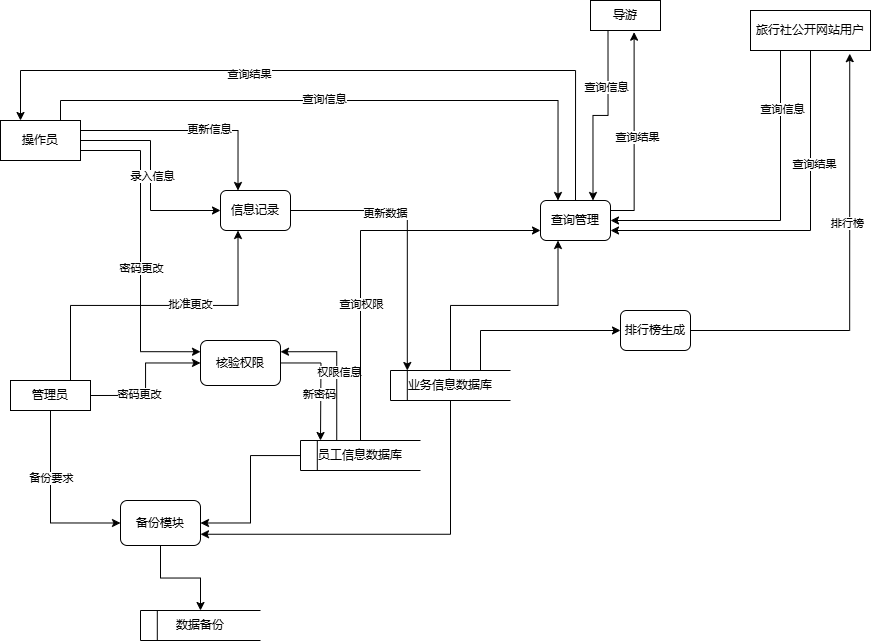
Before: 可行性-数据流图.drawio.png, a diagram exported from draw.io (wefcdse/softeng). Source tidied: cells renumbered, new cells last; positions are measured from the earlier drawing's top-left corner, leaving out a move shared by most shapes. The source it was exported from:
```xml
<mxGraphModel>
  <root>
    <mxCell id="0" />
    <mxCell id="1" parent="0" />
    <mxCell id="2" style="group;" parent="1" vertex="1">
      <mxGeometry x="300" y="440" width="120" height="30" as="geometry" />
    </mxCell>
    <mxCell id="3" style="endArrow=none;html=1;rounded=0;entryX=0;entryY=0;entryDx=0;entryDy=0;exitX=0;exitY=1;exitDx=0;exitDy=0;" parent="2" edge="1" source="4" target="4">
      <mxGeometry relative="1" as="geometry" />
    </mxCell>
    <mxCell id="4" value="员工信息数据库" style="shape=partialRectangle;whiteSpace=wrap;html=1;left=0;right=0;fillColor=none;points=[[0,0,0,0,0],[0,0.25,0,0,0],[0,0.5,0,0,0],[0,0.75,0,0,0],[0,1,0,0,0],[0.14,0,0,0,0],[0.14,1,0,0,0],[0.5,0,0,0,0],[0.5,1,0,0,0],[0.75,0,0,0,0],[0.75,1,0,0,0],[1,0,0,0,0],[1,0.25,0,0,0],[1,0.5,0,0,0],[1,0.75,0,0,0],[1,1,0,0,0]];" parent="2" vertex="1">
      <mxGeometry width="120" height="30" as="geometry" />
    </mxCell>
    <mxCell id="5" style="endArrow=none;html=1;rounded=0;entryX=0.14;entryY=0;entryDx=0;entryDy=0;entryPerimeter=0;exitX=0.14;exitY=1;exitDx=0;exitDy=0;exitPerimeter=0;" parent="2" edge="1" source="4" target="4">
      <mxGeometry relative="1" as="geometry" />
    </mxCell>
    <mxCell id="6" style="edgeStyle=orthogonalEdgeStyle;rounded=0;jettySize=auto;html=1;" parent="1" edge="1" source="8">
      <mxGeometry relative="1" as="geometry">
        <mxPoint x="320" y="440" as="targetPoint" />
      </mxGeometry>
    </mxCell>
    <mxCell id="7" value="新密码" style="edgeLabel;html=1;align=center;verticalAlign=middle;" parent="6" vertex="1">
      <mxGeometry x="0.21" y="-2" relative="1" as="geometry">
        <mxPoint y="1" as="offset" />
      </mxGeometry>
    </mxCell>
    <mxCell id="8" value="核验权限" style="rounded=1;whiteSpace=wrap;html=1;" parent="1" vertex="1">
      <mxGeometry x="200" y="340" width="80" height="45" as="geometry" />
    </mxCell>
    <mxCell id="9" style="edgeStyle=orthogonalEdgeStyle;rounded=0;jettySize=auto;html=1;entryX=0;entryY=0.25;entryDx=0;entryDy=0;exitX=1;exitY=0.75;exitDx=0;exitDy=0;" parent="1" edge="1" source="17" target="8">
      <mxGeometry relative="1" as="geometry" />
    </mxCell>
    <mxCell id="10" value="密码更改" style="edgeLabel;html=1;align=center;verticalAlign=middle;" parent="9" vertex="1">
      <mxGeometry x="-0.04" relative="1" as="geometry">
        <mxPoint y="23" as="offset" />
      </mxGeometry>
    </mxCell>
    <mxCell id="11" style="edgeStyle=orthogonalEdgeStyle;rounded=0;jettySize=auto;html=1;entryX=0;entryY=0.5;entryDx=0;entryDy=0;" parent="1" edge="1" source="17" target="25">
      <mxGeometry relative="1" as="geometry" />
    </mxCell>
    <mxCell id="12" value="录入信息" style="edgeLabel;html=1;align=center;verticalAlign=middle;" parent="11" vertex="1">
      <mxGeometry x="0.01" y="1" relative="1" as="geometry" />
    </mxCell>
    <mxCell id="13" style="edgeStyle=orthogonalEdgeStyle;rounded=0;jettySize=auto;html=1;exitX=1;exitY=0.25;exitDx=0;exitDy=0;entryX=0.25;entryY=0;entryDx=0;entryDy=0;" parent="1" edge="1" source="17" target="25">
      <mxGeometry relative="1" as="geometry" />
    </mxCell>
    <mxCell id="14" value="更新信息" style="edgeLabel;html=1;align=center;verticalAlign=middle;" parent="13" vertex="1">
      <mxGeometry x="0.18" y="2" relative="1" as="geometry" />
    </mxCell>
    <mxCell id="15" style="edgeStyle=orthogonalEdgeStyle;rounded=0;jettySize=auto;html=1;exitX=0.75;exitY=0;exitDx=0;exitDy=0;entryX=0.25;entryY=0;entryDx=0;entryDy=0;" parent="1" edge="1" source="17" target="44">
      <mxGeometry relative="1" as="geometry" />
    </mxCell>
    <mxCell id="16" value="查询信息" style="edgeLabel;html=1;align=center;verticalAlign=middle;" parent="15" vertex="1">
      <mxGeometry x="-0.08" y="2" relative="1" as="geometry" />
    </mxCell>
    <mxCell id="17" value="操作员" style="rounded=0;whiteSpace=wrap;html=1;" parent="1" vertex="1">
      <mxGeometry y="120" width="80" height="40" as="geometry" />
    </mxCell>
    <mxCell id="18" style="edgeStyle=orthogonalEdgeStyle;rounded=0;jettySize=auto;html=1;exitX=1;exitY=0.5;exitDx=0;exitDy=0;" parent="1" edge="1" source="22" target="8">
      <mxGeometry relative="1" as="geometry" />
    </mxCell>
    <mxCell id="19" value="密码更改" style="edgeLabel;html=1;align=center;verticalAlign=middle;" parent="18" vertex="1">
      <mxGeometry x="-0.33" y="2" relative="1" as="geometry" />
    </mxCell>
    <mxCell id="20" style="edgeStyle=orthogonalEdgeStyle;rounded=0;jettySize=auto;html=1;entryX=0;entryY=0.5;entryDx=0;entryDy=0;exitX=0.5;exitY=1;exitDx=0;exitDy=0;" parent="1" edge="1" source="22" target="47">
      <mxGeometry relative="1" as="geometry" />
    </mxCell>
    <mxCell id="21" value="备份要求" style="edgeLabel;html=1;align=center;verticalAlign=middle;" parent="20" vertex="1">
      <mxGeometry x="-0.26" relative="1" as="geometry" />
    </mxCell>
    <mxCell id="22" value="管理员" style="rounded=0;whiteSpace=wrap;html=1;" parent="1" vertex="1">
      <mxGeometry x="10" y="380" width="80" height="30" as="geometry" />
    </mxCell>
    <mxCell id="23" style="edgeStyle=orthogonalEdgeStyle;rounded=0;jettySize=auto;html=1;exitX=0.302;exitY=-0.004;exitDx=0;exitDy=0;exitPerimeter=0;entryX=1;entryY=0.25;entryDx=0;entryDy=0;" parent="1" edge="1" source="4" target="8">
      <mxGeometry relative="1" as="geometry" />
    </mxCell>
    <mxCell id="24" value="权限信息" style="edgeLabel;html=1;align=center;verticalAlign=middle;" parent="23" vertex="1">
      <mxGeometry x="-0.06" y="-2" relative="1" as="geometry" />
    </mxCell>
    <mxCell id="25" value="信息记录" style="rounded=1;whiteSpace=wrap;html=1;" parent="1" vertex="1">
      <mxGeometry x="220" y="190" width="70" height="40" as="geometry" />
    </mxCell>
    <mxCell id="26" style="edgeStyle=orthogonalEdgeStyle;rounded=0;jettySize=auto;html=1;exitX=0.75;exitY=0;exitDx=0;exitDy=0;entryX=0.25;entryY=1;entryDx=0;entryDy=0;" parent="1" edge="1" source="22" target="25">
      <mxGeometry relative="1" as="geometry" />
    </mxCell>
    <mxCell id="27" value="批准更改" style="edgeLabel;html=1;align=center;verticalAlign=middle;" parent="26" vertex="1">
      <mxGeometry x="0.18" y="-3" relative="1" as="geometry">
        <mxPoint x="7" y="-5" as="offset" />
      </mxGeometry>
    </mxCell>
    <mxCell id="28" style="group;" parent="1" vertex="1">
      <mxGeometry x="390" y="370" width="120" height="30" as="geometry" />
    </mxCell>
    <mxCell id="29" style="endArrow=none;html=1;rounded=0;entryX=0;entryY=0;entryDx=0;entryDy=0;exitX=0;exitY=1;exitDx=0;exitDy=0;" parent="28" edge="1" source="30" target="30">
      <mxGeometry relative="1" as="geometry" />
    </mxCell>
    <mxCell id="30" value="业务信息数据库" style="shape=partialRectangle;whiteSpace=wrap;html=1;left=0;right=0;fillColor=none;points=[[0,0,0,0,0],[0,0.25,0,0,0],[0,0.5,0,0,0],[0,0.75,0,0,0],[0,1,0,0,0],[0.14,0,0,0,0],[0.14,1,0,0,0],[0.5,0,0,0,0],[0.5,1,0,0,0],[0.75,0,0,0,0],[0.75,1,0,0,0],[1,0,0,0,0],[1,0.25,0,0,0],[1,0.5,0,0,0],[1,0.75,0,0,0],[1,1,0,0,0]];" parent="28" vertex="1">
      <mxGeometry width="120" height="30" as="geometry" />
    </mxCell>
    <mxCell id="31" style="endArrow=none;html=1;rounded=0;entryX=0.14;entryY=0;entryDx=0;entryDy=0;entryPerimeter=0;exitX=0.14;exitY=1;exitDx=0;exitDy=0;exitPerimeter=0;" parent="28" edge="1" source="30" target="30">
      <mxGeometry relative="1" as="geometry" />
    </mxCell>
    <mxCell id="32" style="edgeStyle=orthogonalEdgeStyle;rounded=0;jettySize=auto;html=1;entryX=0.14;entryY=0;entryDx=0;entryDy=0;entryPerimeter=0;" parent="1" edge="1" source="25" target="30">
      <mxGeometry relative="1" as="geometry" />
    </mxCell>
    <mxCell id="33" value="更新数据" style="edgeLabel;html=1;align=center;verticalAlign=middle;" parent="32" vertex="1">
      <mxGeometry x="-0.32" y="-2" relative="1" as="geometry" />
    </mxCell>
    <mxCell id="34" style="edgeStyle=orthogonalEdgeStyle;rounded=0;jettySize=auto;html=1;exitX=0.25;exitY=1;exitDx=0;exitDy=0;entryX=0.75;entryY=0;entryDx=0;entryDy=0;" parent="1" edge="1" source="36" target="44">
      <mxGeometry relative="1" as="geometry" />
    </mxCell>
    <mxCell id="35" value="查询信息" style="edgeLabel;html=1;align=center;verticalAlign=middle;" parent="34" vertex="1">
      <mxGeometry x="-0.39" y="-2" relative="1" as="geometry" />
    </mxCell>
    <mxCell id="36" value="导游" style="rounded=0;whiteSpace=wrap;html=1;" parent="1" vertex="1">
      <mxGeometry x="590" width="70" height="30" as="geometry" />
    </mxCell>
    <mxCell id="37" style="edgeStyle=orthogonalEdgeStyle;rounded=0;jettySize=auto;html=1;exitX=0.25;exitY=1;exitDx=0;exitDy=0;entryX=1;entryY=0.5;entryDx=0;entryDy=0;" parent="1" edge="1" source="41" target="44">
      <mxGeometry relative="1" as="geometry" />
    </mxCell>
    <mxCell id="38" value="查询信息" style="edgeLabel;html=1;align=center;verticalAlign=middle;" parent="37" vertex="1">
      <mxGeometry x="-0.65" y="1" relative="1" as="geometry" />
    </mxCell>
    <mxCell id="39" style="edgeStyle=orthogonalEdgeStyle;rounded=0;jettySize=auto;html=1;exitX=0.5;exitY=1;exitDx=0;exitDy=0;entryX=1;entryY=0.75;entryDx=0;entryDy=0;" parent="1" edge="1" source="41" target="44">
      <mxGeometry relative="1" as="geometry" />
    </mxCell>
    <mxCell id="40" value="查询结果" style="edgeLabel;html=1;align=center;verticalAlign=middle;" parent="39" vertex="1">
      <mxGeometry x="-0.4" y="3" relative="1" as="geometry" />
    </mxCell>
    <mxCell id="41" value="旅行社公开网站用户" style="rounded=0;whiteSpace=wrap;html=1;" parent="1" vertex="1">
      <mxGeometry x="750" y="10" width="120" height="40" as="geometry" />
    </mxCell>
    <mxCell id="42" style="edgeStyle=orthogonalEdgeStyle;rounded=0;jettySize=auto;html=1;exitX=0.5;exitY=0;exitDx=0;exitDy=0;entryX=0.25;entryY=0;entryDx=0;entryDy=0;" parent="1" edge="1" source="44" target="17">
      <mxGeometry relative="1" as="geometry">
        <Array as="points">
          <mxPoint x="575" y="70" />
          <mxPoint x="20" y="70" />
        </Array>
      </mxGeometry>
    </mxCell>
    <mxCell id="43" value="查询结果" style="edgeLabel;html=1;align=center;verticalAlign=middle;" parent="42" vertex="1">
      <mxGeometry x="0.24" y="3" relative="1" as="geometry">
        <mxPoint x="1" as="offset" />
      </mxGeometry>
    </mxCell>
    <mxCell id="44" value="查询管理" style="rounded=1;whiteSpace=wrap;html=1;" parent="1" vertex="1">
      <mxGeometry x="540" y="200" width="70" height="40" as="geometry" />
    </mxCell>
    <mxCell id="45" style="edgeStyle=orthogonalEdgeStyle;rounded=0;jettySize=auto;html=1;exitX=0.5;exitY=0;exitDx=0;exitDy=0;exitPerimeter=0;entryX=0;entryY=0.75;entryDx=0;entryDy=0;" parent="1" edge="1" source="4" target="44">
      <mxGeometry relative="1" as="geometry" />
    </mxCell>
    <mxCell id="46" value="查询权限" style="edgeLabel;html=1;align=center;verticalAlign=middle;" parent="45" vertex="1">
      <mxGeometry x="-0.3" relative="1" as="geometry" />
    </mxCell>
    <mxCell id="47" value="备份模块" style="rounded=1;whiteSpace=wrap;html=1;" parent="1" vertex="1">
      <mxGeometry x="120" y="500" width="80" height="45" as="geometry" />
    </mxCell>
    <mxCell id="48" style="edgeStyle=orthogonalEdgeStyle;rounded=0;jettySize=auto;html=1;entryX=1;entryY=0.5;entryDx=0;entryDy=0;" parent="1" edge="1" source="4" target="47">
      <mxGeometry relative="1" as="geometry" />
    </mxCell>
    <mxCell id="49" style="edgeStyle=orthogonalEdgeStyle;rounded=0;jettySize=auto;html=1;entryX=1;entryY=0.75;entryDx=0;entryDy=0;exitX=0.5;exitY=1;exitDx=0;exitDy=0;exitPerimeter=0;" parent="1" edge="1" source="30" target="47">
      <mxGeometry relative="1" as="geometry" />
    </mxCell>
    <mxCell id="50" style="group;" parent="1" vertex="1">
      <mxGeometry x="140" y="610" width="120" height="30" as="geometry" />
    </mxCell>
    <mxCell id="51" style="endArrow=none;html=1;rounded=0;entryX=0;entryY=0;entryDx=0;entryDy=0;exitX=0;exitY=1;exitDx=0;exitDy=0;" parent="50" edge="1" source="52" target="52">
      <mxGeometry relative="1" as="geometry" />
    </mxCell>
    <mxCell id="52" value="数据备份" style="shape=partialRectangle;whiteSpace=wrap;html=1;left=0;right=0;fillColor=none;points=[[0,0,0,0,0],[0,0.25,0,0,0],[0,0.5,0,0,0],[0,0.75,0,0,0],[0,1,0,0,0],[0.14,0,0,0,0],[0.14,1,0,0,0],[0.5,0,0,0,0],[0.5,1,0,0,0],[0.75,0,0,0,0],[0.75,1,0,0,0],[1,0,0,0,0],[1,0.25,0,0,0],[1,0.5,0,0,0],[1,0.75,0,0,0],[1,1,0,0,0]];" parent="50" vertex="1">
      <mxGeometry width="120" height="30" as="geometry" />
    </mxCell>
    <mxCell id="53" style="endArrow=none;html=1;rounded=0;entryX=0.14;entryY=0;entryDx=0;entryDy=0;entryPerimeter=0;exitX=0.14;exitY=1;exitDx=0;exitDy=0;exitPerimeter=0;" parent="50" edge="1" source="52" target="52">
      <mxGeometry relative="1" as="geometry" />
    </mxCell>
    <mxCell id="54" style="edgeStyle=orthogonalEdgeStyle;rounded=0;jettySize=auto;html=1;entryX=0.5;entryY=0;entryDx=0;entryDy=0;entryPerimeter=0;" parent="1" edge="1" source="47" target="52">
      <mxGeometry relative="1" as="geometry" />
    </mxCell>
    <mxCell id="55" style="edgeStyle=orthogonalEdgeStyle;rounded=0;jettySize=auto;html=1;exitX=1;exitY=0.25;exitDx=0;exitDy=0;entryX=0.623;entryY=1.056;entryDx=0;entryDy=0;entryPerimeter=0;" parent="1" edge="1" source="44" target="36">
      <mxGeometry relative="1" as="geometry" />
    </mxCell>
    <mxCell id="56" value="查询结果" style="edgeLabel;html=1;align=center;verticalAlign=middle;" parent="55" vertex="1">
      <mxGeometry x="-0.03" y="-3" relative="1" as="geometry" />
    </mxCell>
    <mxCell id="57" style="edgeStyle=orthogonalEdgeStyle;rounded=0;jettySize=auto;html=1;entryX=0.25;entryY=1;entryDx=0;entryDy=0;exitX=0.5;exitY=0;exitDx=0;exitDy=0;exitPerimeter=0;" parent="1" edge="1" source="30" target="44">
      <mxGeometry relative="1" as="geometry" />
    </mxCell>
    <mxCell id="58" value="排行榜生成" style="rounded=1;whiteSpace=wrap;html=1;" parent="1" vertex="1">
      <mxGeometry x="620" y="310" width="70" height="40" as="geometry" />
    </mxCell>
    <mxCell id="59" style="edgeStyle=orthogonalEdgeStyle;rounded=0;jettySize=auto;html=1;exitX=0.75;exitY=0;exitDx=0;exitDy=0;exitPerimeter=0;entryX=0;entryY=0.5;entryDx=0;entryDy=0;" parent="1" edge="1" source="30" target="58">
      <mxGeometry relative="1" as="geometry" />
    </mxCell>
    <mxCell id="60" style="edgeStyle=orthogonalEdgeStyle;rounded=0;jettySize=auto;html=1;exitX=1;exitY=0.5;exitDx=0;exitDy=0;entryX=0.827;entryY=1.08;entryDx=0;entryDy=0;entryPerimeter=0;" parent="1" edge="1" source="58" target="41">
      <mxGeometry relative="1" as="geometry" />
    </mxCell>
    <mxCell id="61" value="排行榜" style="edgeLabel;html=1;align=center;verticalAlign=middle;" parent="60" vertex="1">
      <mxGeometry x="0.23" y="3" relative="1" as="geometry" />
    </mxCell>
  </root>
</mxGraphModel>
```
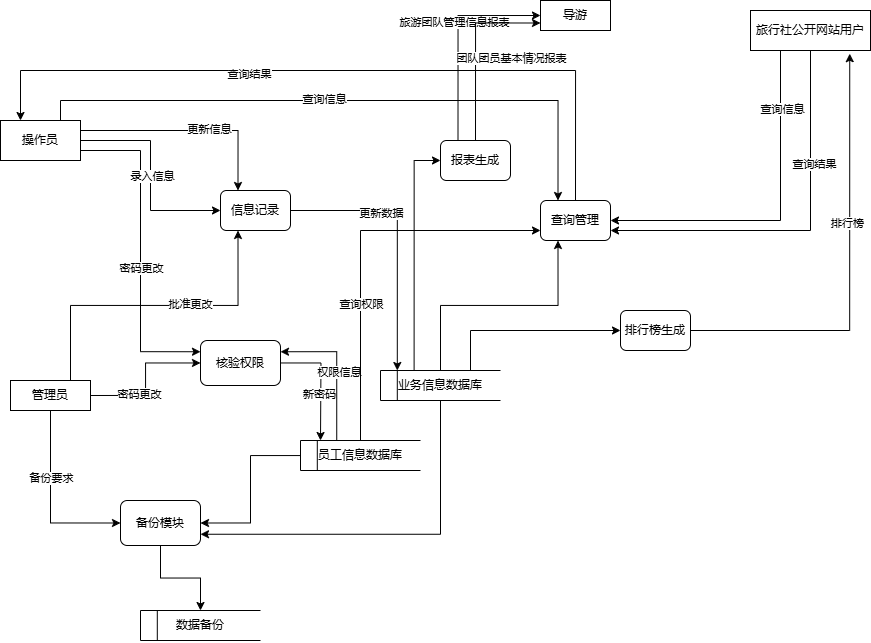
The same diagram one commit later.

Commit message:
更新可行性-数据流图.drawio.png

Diff of the diagram source:
```diff
@@ -89,12 +89,12 @@
       </mxGeometry>
     </mxCell>
     <mxCell id="28" style="group;" parent="1" vertex="1">
-      <mxGeometry x="390" y="370" width="120" height="30" as="geometry" />
+      <mxGeometry x="380" y="370" width="120" height="30" as="geometry" />
     </mxCell>
     <mxCell id="29" style="endArrow=none;html=1;rounded=0;entryX=0;entryY=0;entryDx=0;entryDy=0;exitX=0;exitY=1;exitDx=0;exitDy=0;" parent="28" edge="1" source="30" target="30">
       <mxGeometry relative="1" as="geometry" />
     </mxCell>
-    <mxCell id="30" value="业务信息数据库" style="shape=partialRectangle;whiteSpace=wrap;html=1;left=0;right=0;fillColor=none;points=[[0,0,0,0,0],[0,0.25,0,0,0],[0,0.5,0,0,0],[0,0.75,0,0,0],[0,1,0,0,0],[0.14,0,0,0,0],[0.14,1,0,0,0],[0.5,0,0,0,0],[0.5,1,0,0,0],[0.75,0,0,0,0],[0.75,1,0,0,0],[1,0,0,0,0],[1,0.25,0,0,0],[1,0.5,0,0,0],[1,0.75,0,0,0],[1,1,0,0,0]];" parent="28" vertex="1">
+    <mxCell id="30" value="业务信息数据库" style="shape=partialRectangle;whiteSpace=wrap;html=1;left=0;right=0;fillColor=none;points=[[0,0,0,0,0],[0,0.25,0,0,0],[0,0.5,0,0,0],[0,0.75,0,0,0],[0,1,0,0,0],[0.14,0,0,0,0],[0.14,1,0,0,0],[0.28,0,0,0,0],[0.28,1,0,0,0],[0.5,0,0,0,0],[0.5,1,0,0,0],[0.75,0,0,0,0],[0.75,1,0,0,0],[1,0,0,0,0],[1,0.25,0,0,0],[1,0.5,0,0,0],[1,0.75,0,0,0],[1,1,0,0,0]];" parent="28" vertex="1">
       <mxGeometry width="120" height="30" as="geometry" />
     </mxCell>
     <mxCell id="31" style="endArrow=none;html=1;rounded=0;entryX=0.14;entryY=0;entryDx=0;entryDy=0;entryPerimeter=0;exitX=0.14;exitY=1;exitDx=0;exitDy=0;exitPerimeter=0;" parent="28" edge="1" source="30" target="30">
@@ -106,14 +106,8 @@
     <mxCell id="33" value="更新数据" style="edgeLabel;html=1;align=center;verticalAlign=middle;" parent="32" vertex="1">
       <mxGeometry x="-0.32" y="-2" relative="1" as="geometry" />
     </mxCell>
-    <mxCell id="34" style="edgeStyle=orthogonalEdgeStyle;rounded=0;jettySize=auto;html=1;exitX=0.25;exitY=1;exitDx=0;exitDy=0;entryX=0.75;entryY=0;entryDx=0;entryDy=0;" parent="1" edge="1" source="36" target="44">
-      <mxGeometry relative="1" as="geometry" />
-    </mxCell>
-    <mxCell id="35" value="查询信息" style="edgeLabel;html=1;align=center;verticalAlign=middle;" parent="34" vertex="1">
-      <mxGeometry x="-0.39" y="-2" relative="1" as="geometry" />
-    </mxCell>
     <mxCell id="36" value="导游" style="rounded=0;whiteSpace=wrap;html=1;" parent="1" vertex="1">
-      <mxGeometry x="590" width="70" height="30" as="geometry" />
+      <mxGeometry x="540" width="70" height="30" as="geometry" />
     </mxCell>
     <mxCell id="37" style="edgeStyle=orthogonalEdgeStyle;rounded=0;jettySize=auto;html=1;exitX=0.25;exitY=1;exitDx=0;exitDy=0;entryX=1;entryY=0.5;entryDx=0;entryDy=0;" parent="1" edge="1" source="41" target="44">
       <mxGeometry relative="1" as="geometry" />
@@ -176,12 +170,6 @@
     <mxCell id="54" style="edgeStyle=orthogonalEdgeStyle;rounded=0;jettySize=auto;html=1;entryX=0.5;entryY=0;entryDx=0;entryDy=0;entryPerimeter=0;" parent="1" edge="1" source="47" target="52">
       <mxGeometry relative="1" as="geometry" />
     </mxCell>
-    <mxCell id="55" style="edgeStyle=orthogonalEdgeStyle;rounded=0;jettySize=auto;html=1;exitX=1;exitY=0.25;exitDx=0;exitDy=0;entryX=0.623;entryY=1.056;entryDx=0;entryDy=0;entryPerimeter=0;" parent="1" edge="1" source="44" target="36">
-      <mxGeometry relative="1" as="geometry" />
-    </mxCell>
-    <mxCell id="56" value="查询结果" style="edgeLabel;html=1;align=center;verticalAlign=middle;" parent="55" vertex="1">
-      <mxGeometry x="-0.03" y="-3" relative="1" as="geometry" />
-    </mxCell>
     <mxCell id="57" style="edgeStyle=orthogonalEdgeStyle;rounded=0;jettySize=auto;html=1;entryX=0.25;entryY=1;entryDx=0;entryDy=0;exitX=0.5;exitY=0;exitDx=0;exitDy=0;exitPerimeter=0;" parent="1" edge="1" source="30" target="44">
       <mxGeometry relative="1" as="geometry" />
     </mxCell>
@@ -197,5 +185,27 @@
     <mxCell id="61" value="排行榜" style="edgeLabel;html=1;align=center;verticalAlign=middle;" parent="60" vertex="1">
       <mxGeometry x="0.23" y="3" relative="1" as="geometry" />
     </mxCell>
+    <mxCell id="62" style="edgeStyle=orthogonalEdgeStyle;rounded=0;jettySize=auto;html=1;exitX=0.25;exitY=0;exitDx=0;exitDy=0;entryX=0;entryY=0.5;entryDx=0;entryDy=0;" parent="1" edge="1" source="66" target="36">
+      <mxGeometry relative="1" as="geometry" />
+    </mxCell>
+    <mxCell id="63" value="旅游团队管理信息报表" style="edgeLabel;html=1;align=center;verticalAlign=middle;" parent="62" vertex="1">
+      <mxGeometry x="0.15" y="5" relative="1" as="geometry">
+        <mxPoint x="1" as="offset" />
+      </mxGeometry>
+    </mxCell>
+    <mxCell id="64" style="edgeStyle=orthogonalEdgeStyle;rounded=0;jettySize=auto;html=1;exitX=0.5;exitY=0;exitDx=0;exitDy=0;entryX=0;entryY=0.75;entryDx=0;entryDy=0;" parent="1" edge="1" source="66" target="36">
+      <mxGeometry relative="1" as="geometry" />
+    </mxCell>
+    <mxCell id="65" value="团队团员基本情况报表" style="edgeLabel;html=1;align=center;verticalAlign=middle;" parent="64" vertex="1">
+      <mxGeometry x="-0.29" y="1" relative="1" as="geometry">
+        <mxPoint x="36" y="-18" as="offset" />
+      </mxGeometry>
+    </mxCell>
+    <mxCell id="66" value="报表生成" style="rounded=1;whiteSpace=wrap;html=1;" parent="1" vertex="1">
+      <mxGeometry x="440" y="140" width="70" height="40" as="geometry" />
+    </mxCell>
+    <mxCell id="67" style="edgeStyle=orthogonalEdgeStyle;rounded=0;jettySize=auto;html=1;exitX=0.28;exitY=0;exitDx=0;exitDy=0;exitPerimeter=0;entryX=0;entryY=0.5;entryDx=0;entryDy=0;" parent="1" edge="1" source="30" target="66">
+      <mxGeometry relative="1" as="geometry" />
+    </mxCell>
   </root>
 </mxGraphModel>
```
